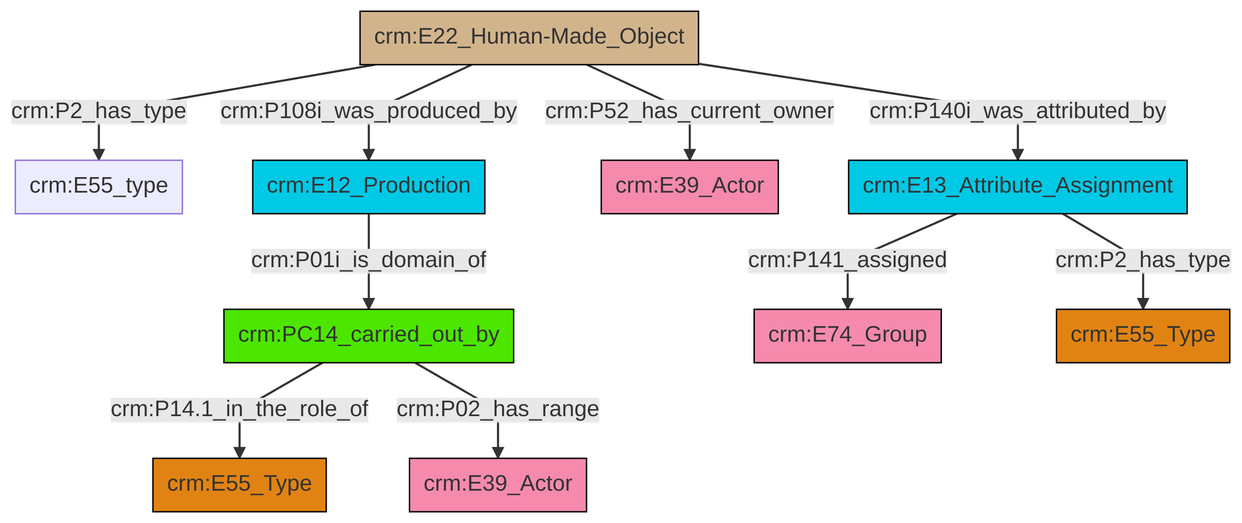
The Mermaid diagram et/builtWorkCSV/ttl/mmd/png/Built_Work_actor_relations.png in swiss-art-research-net/reference-data-models, before a commit. Its source is kept beside it as et/builtWorkCSV/ttl/mmd/Built_Work_actor_relations.ttl.mmd.
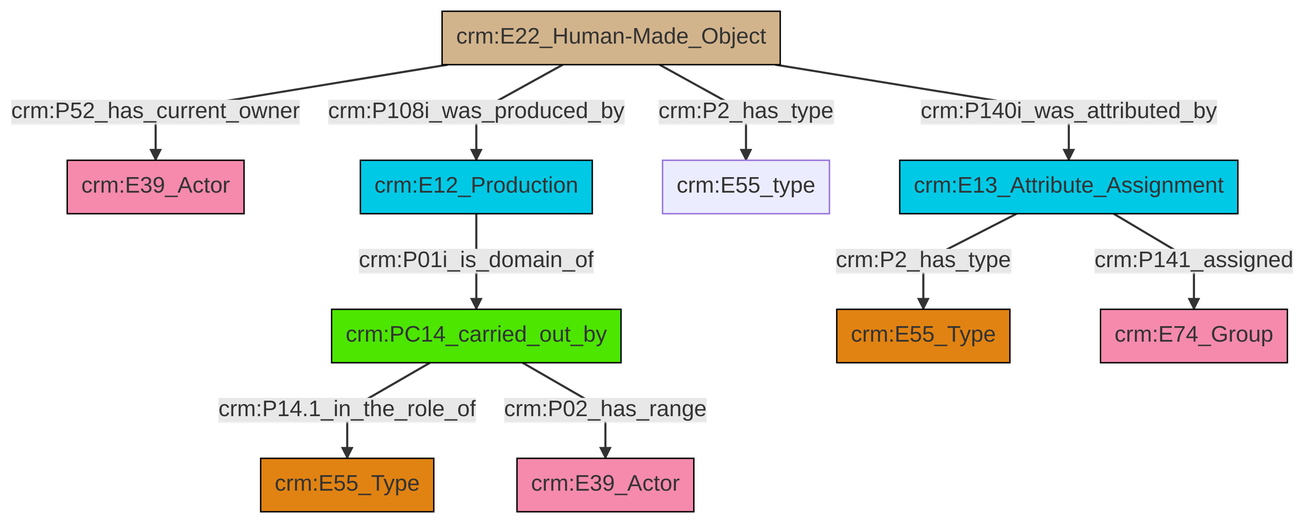
Above is the later version.

Diff of the diagram source:
```diff
@@ -13,12 +13,12 @@
 classDef PC_Classes fill:#4ce600, stroke:#000000;
 classDef Multi fill:#cccccc,stroke:#000000;
 
-2["crm:E13_Attribute_Assignment"]:::Temporal_Entity -->|crm:P141_assigned| 3["crm:E74_Group"]:::Actor
-6["crm:PC14_carried_out_by"]:::PC_Classes -->|crm:P14.1_in_the_role_of| 0["crm:E55_Type"]:::Type
-7["crm:E12_Production"]:::Temporal_Entity -->|crm:P01i_is_domain_of| 6["crm:PC14_carried_out_by"]:::PC_Classes
-4["crm:E22_Human-Made_Object"]:::Physical_Thing -->|crm:P2_has_type| 9["crm:E55_type"]:::Default
-4["crm:E22_Human-Made_Object"]:::Physical_Thing -->|crm:P108i_was_produced_by| 7["crm:E12_Production"]:::Temporal_Entity
-6["crm:PC14_carried_out_by"]:::PC_Classes -->|crm:P02_has_range| 10["crm:E39_Actor"]:::Actor
-4["crm:E22_Human-Made_Object"]:::Physical_Thing -->|crm:P52_has_current_owner| 11["crm:E39_Actor"]:::Actor
-4["crm:E22_Human-Made_Object"]:::Physical_Thing -->|crm:P140i_was_attributed_by| 2["crm:E13_Attribute_Assignment"]:::Temporal_Entity
-2["crm:E13_Attribute_Assignment"]:::Temporal_Entity -->|crm:P2_has_type| 14["crm:E55_Type"]:::Type
+0["crm:E22_Human-Made_Object"]:::Physical_Thing -->|crm:P52_has_current_owner| 1["crm:E39_Actor"]:::Actor
+4["crm:PC14_carried_out_by"]:::PC_Classes -->|crm:P14.1_in_the_role_of| 5["crm:E55_Type"]:::Type
+0["crm:E22_Human-Made_Object"]:::Physical_Thing -->|crm:P108i_was_produced_by| 8["crm:E12_Production"]:::Temporal_Entity
+4["crm:PC14_carried_out_by"]:::PC_Classes -->|crm:P02_has_range| 9["crm:E39_Actor"]:::Actor
+0["crm:E22_Human-Made_Object"]:::Physical_Thing -->|crm:P140i_was_attributed_by| 2["crm:E13_Attribute_Assignment"]:::Temporal_Entity
+2["crm:E13_Attribute_Assignment"]:::Temporal_Entity -->|crm:P2_has_type| 10["crm:E55_Type"]:::Type
+0["crm:E22_Human-Made_Object"]:::Physical_Thing -->|crm:P2_has_type| 6["crm:E55_type"]:::Default
+8["crm:E12_Production"]:::Temporal_Entity -->|crm:P01i_is_domain_of| 4["crm:PC14_carried_out_by"]:::PC_Classes
+2["crm:E13_Attribute_Assignment"]:::Temporal_Entity -->|crm:P141_assigned| 16["crm:E74_Group"]:::Actor
```
